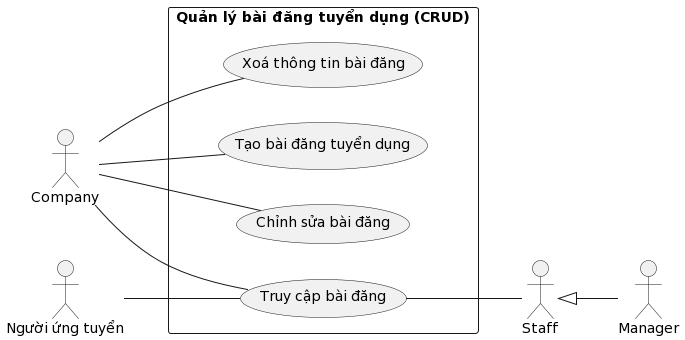
The PlantUML diagram Lab1/Lab 1.2 Diagram/Use case/FileIMG/2. UsecaseQuanLyBaiDangTuyenDung.png in Griselda4774/EAS-EmploymentAssistanceSystem, before a commit.
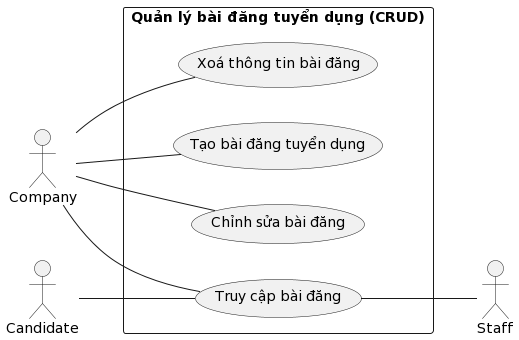
The same diagram one commit later.

The edit, as a diff of the source:
```diff
@@ -2,15 +2,13 @@
 left to right direction
 actor congTy as "Company"
 actor nhanVien as "Staff"
-actor quanLy as "Manager"
-actor nguoiUngTuyen as "Người ứng tuyển"
+actor nguoiUngTuyen as "Candidate"
 rectangle "Quản lý bài đăng tuyển dụng (CRUD)"{
     usecase "Tạo bài đăng tuyển dụng" as taoBaiDangTuyenDung
     usecase "Truy cập bài đăng" as truyCapBaiDang
     usecase "Chỉnh sửa bài đăng" as chinhSuaBaiDang
     usecase "Xoá thông tin bài đăng" as xoaThongTinBaiDang
 }
-nhanVien ^-- quanLy
 congTy -- taoBaiDangTuyenDung
 congTy -- truyCapBaiDang
 congTy -- chinhSuaBaiDang
```
